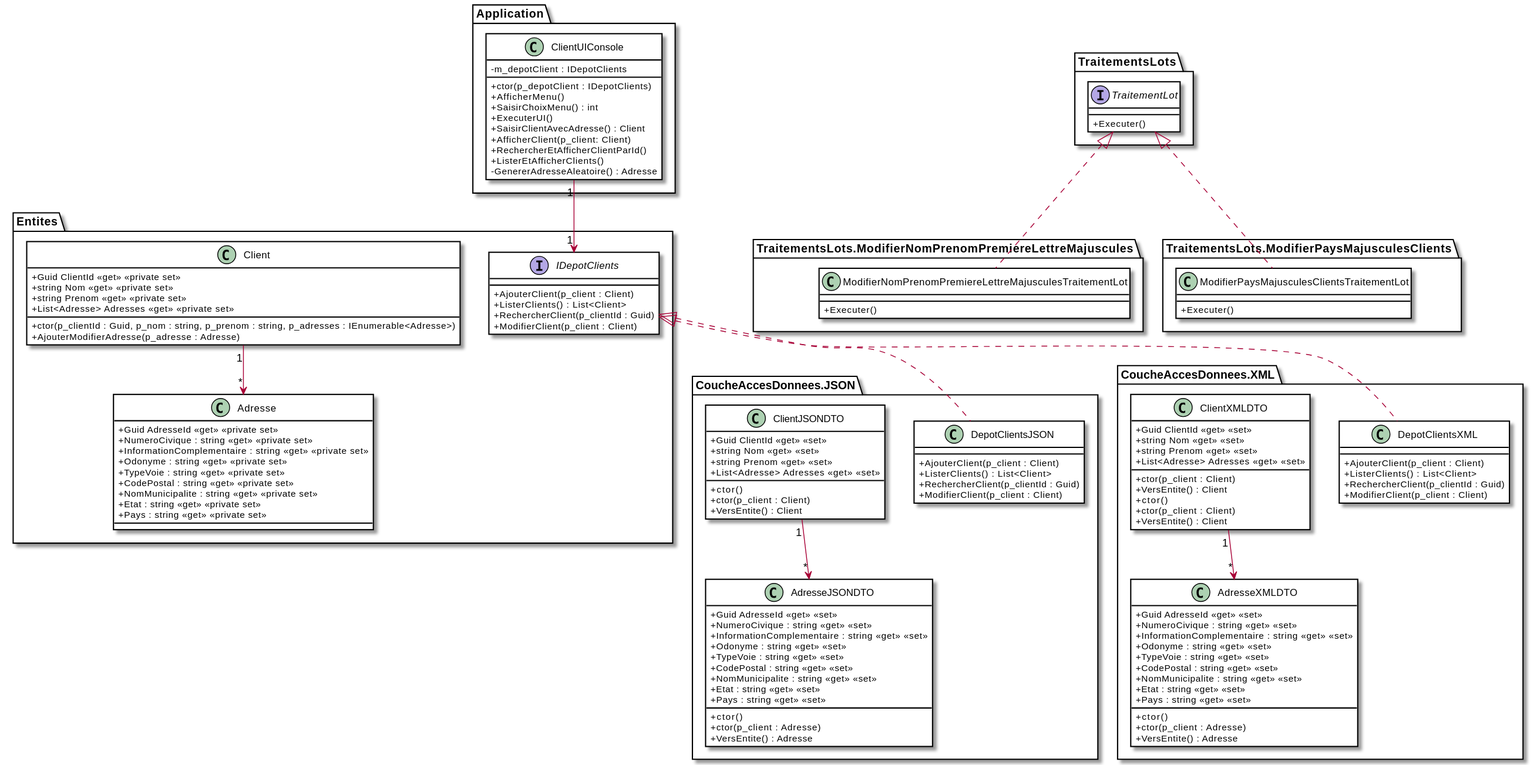
Before: images/Module06_Formats_Echanges/diag/src/DiagExerciceClients/DiagClassesClients.svg, a diagram exported from PlantUML (PiFou86/420-W30-SF).
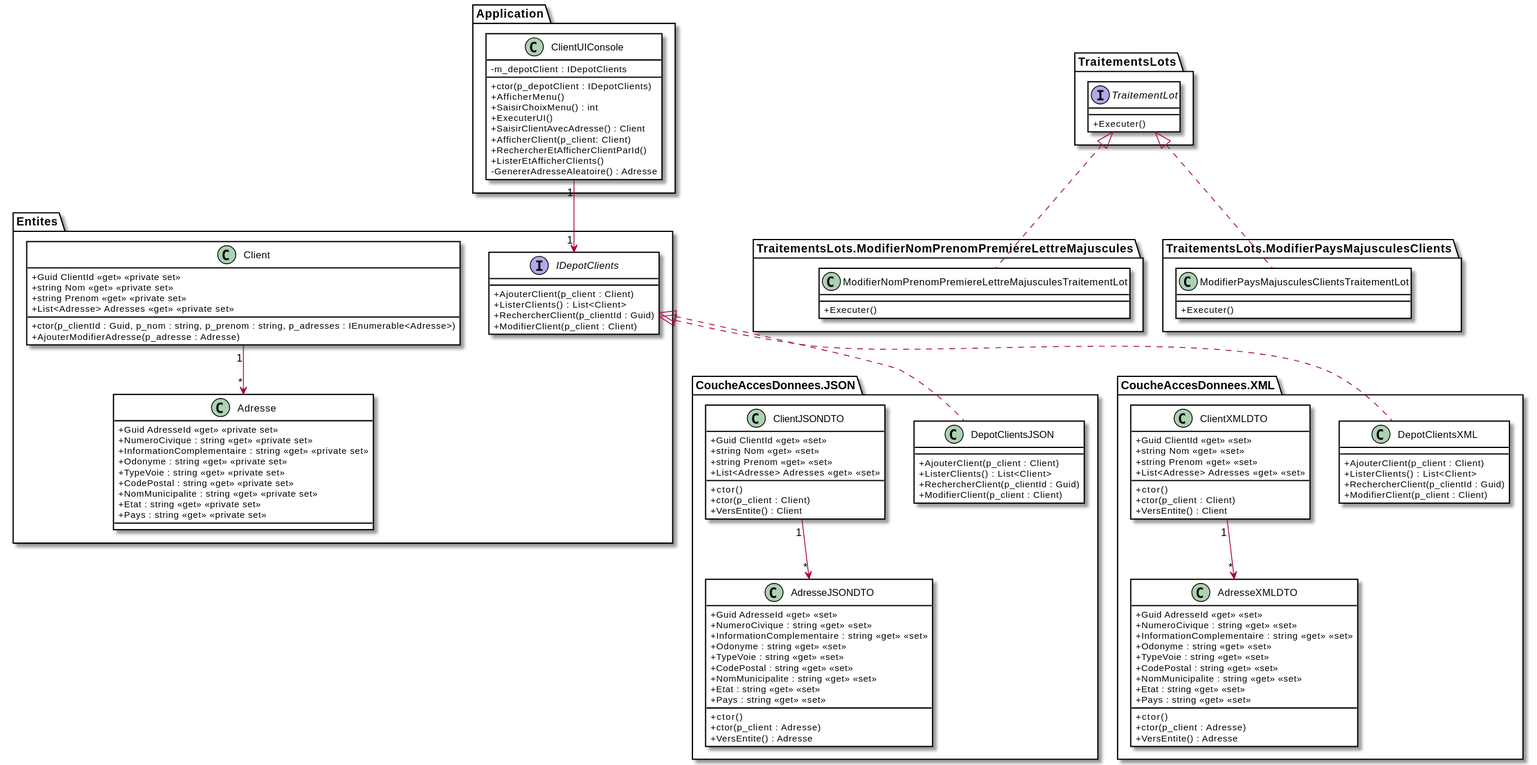
Above is the later version.

Commit message:
Suppression membre en double

What changed in the source:
```diff
@@ -85,8 +85,6 @@
         + string Nom <<get>> <<set>>
         + string Prenom <<get>> <<set>>
         + List<Adresse> Adresses <<get>> <<set>>
-        + ctor(p_client : Client)
-        + VersEntite() : Client
         + ctor()
         + ctor(p_client : Client)
         + VersEntite() : Client
```
